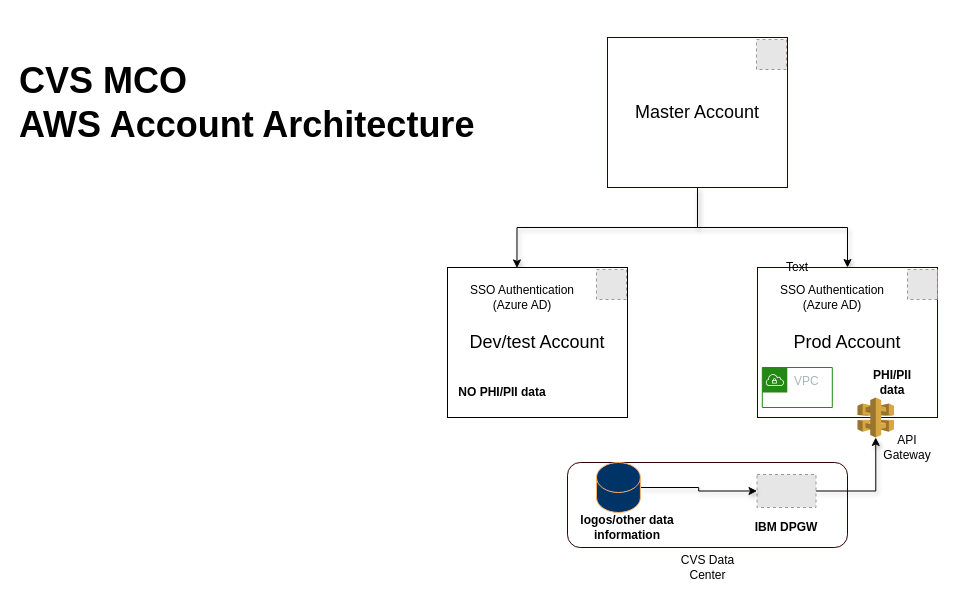
Before: algoss/Untitled Diagram.drawio in ankitgoyal15654/personal_work, a draw.io diagram. Source tidied: cells renumbered, new cells numbered last; positions are measured from the earlier drawing's top-left corner, leaving out a move shared by most shapes. Both pictures are drawn from the tidied source at 100%, with x=0, y=0 at pixel (17, 17). Pictures stored in the file or linked from it are replaced by grey dashed boxes.
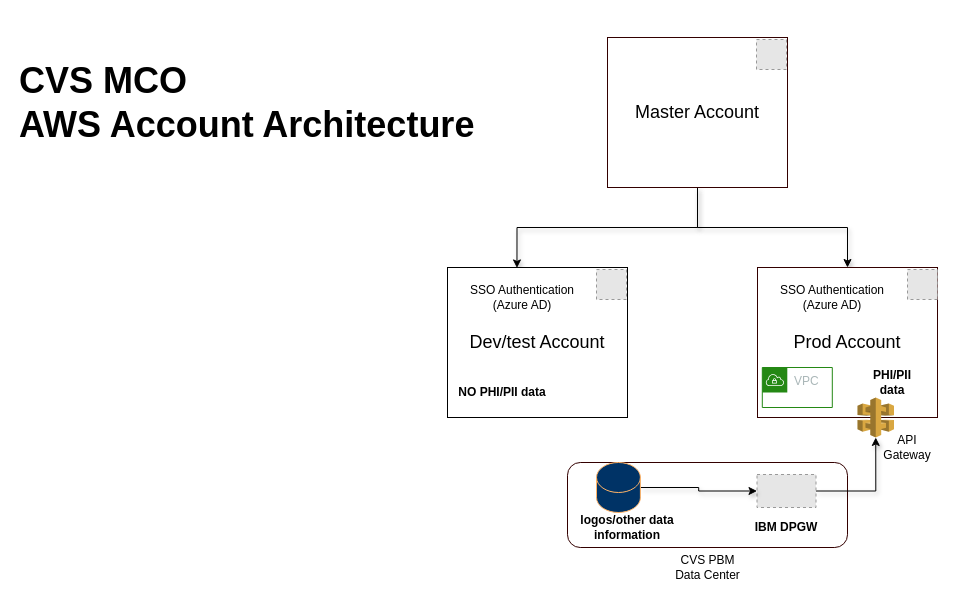
After the change.

What changed in the source:
```diff
@@
-    <mxCell id="20" value="CVS Data Center" style="text;html=1;strokeColor=none;fillColor=none;align=center;verticalAlign=middle;whiteSpace=wrap;rounded=0;" parent="1" vertex="1">
+    <mxCell id="20" value="CVS PBM Data Center" style="text;html=1;strokeColor=none;fillColor=none;align=center;verticalAlign=middle;whiteSpace=wrap;rounded=0;" parent="1" vertex="1">
       <mxGeometry x="649.5" y="540" width="81" height="20" as="geometry" />
     </mxCell>
@@
-    <mxCell id="25" value="Text" style="text;html=1;strokeColor=none;fillColor=none;align=center;verticalAlign=middle;whiteSpace=wrap;rounded=0;" parent="1" vertex="1">
-      <mxGeometry x="760" y="240" width="40" height="20" as="geometry" />
-    </mxCell>
```
